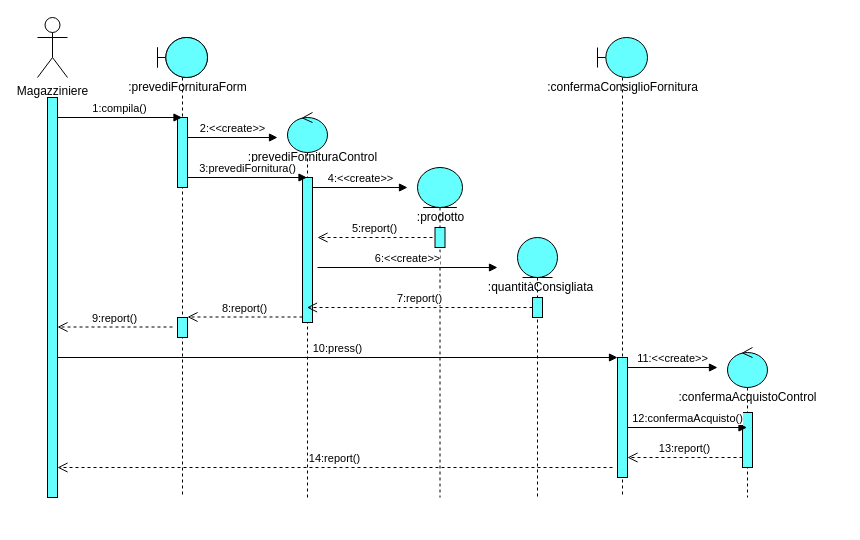
Earlier version of the draw.io diagram Object&SequenceDiagram/SD_4.drawio (Ciro-Fusco/NewDM). Source tidied: cells renumbered, new cells numbered last; positions are measured from the earlier drawing's top-left corner, leaving out a move shared by most shapes. Both pictures are drawn from the tidied source at 100%, with x=0, y=0 at pixel (37, 17).
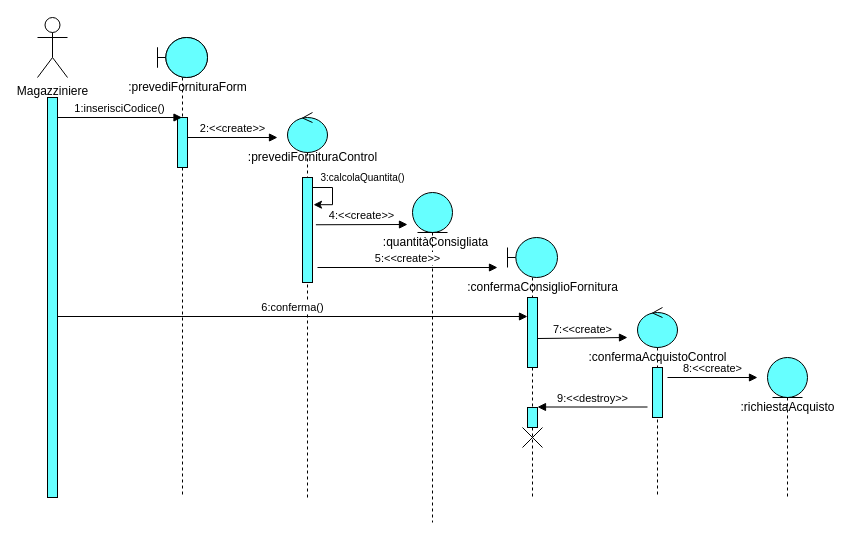
Above is the later version.

The change refers to these unchanged cells:
```xml
<mxCell id="3" style="html=1;points=[];perimeter=orthogonalPerimeter;fillColor=#66FFFF;" parent="1" vertex="1">
  <mxGeometry x="10" y="80" width="10" height="400" as="geometry" />
</mxCell>
<mxCell id="6" style="shape=umlLifeline;participant=umlBoundary;perimeter=lifelinePerimeter;whiteSpace=wrap;html=1;verticalAlign=top;spacingTop=36;outlineConnect=0;fillColor=#66FFFF;" parent="1" vertex="1">
  <mxGeometry x="120" y="20" width="50" height="460" as="geometry" />
</mxCell>
<mxCell id="9" style="shape=umlLifeline;participant=umlControl;perimeter=lifelinePerimeter;whiteSpace=wrap;html=1;verticalAlign=top;spacingTop=36;outlineConnect=0;fillColor=#66FFFF;" parent="1" vertex="1">
  <mxGeometry x="250" y="95" width="40" height="385" as="geometry" />
</mxCell>
```

Change to the diagram source:
```diff
@@
     <mxCell id="7" style="html=1;perimeter=orthogonalPerimeter;fillColor=#66FFFF;" parent="6" vertex="1">
-      <mxGeometry x="20" y="80" width="10" height="70" as="geometry" />
+      <mxGeometry x="20" y="80" width="10" height="50" as="geometry" />
     </mxCell>
-    <mxCell id="8" value="1:compila()" style="html=1;verticalAlign=bottom;endArrow=block;" parent="1" edge="1" target="6">
+    <mxCell id="8" value="1:inserisciCodice()" style="html=1;verticalAlign=bottom;endArrow=block;" parent="1" edge="1" target="6">
       <mxGeometry relative="1" as="geometry">
         <mxPoint x="20" y="100" as="sourcePoint" />
       </mxGeometry>
     </mxCell>
@@
     <mxCell id="10" style="html=1;points=[];perimeter=orthogonalPerimeter;fillColor=#66FFFF;" parent="9" vertex="1">
-      <mxGeometry x="15" y="65" width="10" height="145" as="geometry" />
+      <mxGeometry x="15" y="65" width="10" height="105" as="geometry" />
     </mxCell>
+    <mxCell id="38" style="edgeStyle=orthogonalEdgeStyle;rounded=0;orthogonalLoop=1;jettySize=auto;html=1;entryX=1.1;entryY=0.259;entryDx=0;entryDy=0;entryPerimeter=0;" parent="9" edge="1" source="10" target="10">
+      <mxGeometry relative="1" as="geometry">
+        <Array as="points">
+          <mxPoint x="45" y="75" />
+          <mxPoint x="45" y="92" />
+        </Array>
+      </mxGeometry>
+    </mxCell>
@@
-    <mxCell id="13" style="shape=umlLifeline;participant=umlEntity;perimeter=lifelinePerimeter;whiteSpace=wrap;html=1;verticalAlign=top;spacingTop=36;fillColor=#66FFFF;" parent="1" vertex="1">
-      <mxGeometry x="380" y="150" width="45" height="330" as="geometry" />
-    </mxCell>
-    <mxCell id="14" value=":prodotto" style="text;html=1;align=center;verticalAlign=middle;" parent="13" vertex="1">
-      <mxGeometry x="-7.5" y="40" width="60" height="20" as="geometry" />
-    </mxCell>
-    <mxCell id="15" style="html=1;perimeter=orthogonalPerimeter;fillColor=#66FFFF;" parent="13" vertex="1">
-      <mxGeometry x="17.5" y="60" width="10" height="20" as="geometry" />
-    </mxCell>
-    <mxCell id="16" value="4:&amp;lt;&amp;lt;create&amp;gt;&amp;gt;" style="html=1;verticalAlign=bottom;endArrow=block;" parent="1" edge="1" source="10">
+    <mxCell id="16" value="4:&amp;lt;&amp;lt;create&amp;gt;&amp;gt;" style="html=1;verticalAlign=bottom;endArrow=block;exitX=1.34;exitY=0.45;exitDx=0;exitDy=0;exitPerimeter=0;" parent="1" edge="1" source="10">
       <mxGeometry relative="1" as="geometry">
-        <mxPoint x="370" y="170" as="targetPoint" />
+        <mxPoint x="370" y="207" as="targetPoint" />
       </mxGeometry>
     </mxCell>
-    <mxCell id="17" value="5:report()" style="html=1;verticalAlign=bottom;endArrow=open;dashed=1;endSize=8;" parent="1" edge="1">
-      <mxGeometry relative="1" as="geometry">
-        <mxPoint x="395" y="220" as="sourcePoint" />
-        <mxPoint x="280" y="220" as="targetPoint" />
-      </mxGeometry>
-    </mxCell>
     <mxCell id="18" style="shape=umlLifeline;participant=umlEntity;perimeter=lifelinePerimeter;whiteSpace=wrap;html=1;verticalAlign=top;spacingTop=36;fillColor=#66FFFF;" parent="1" vertex="1">
-      <mxGeometry x="480" y="220" width="40" height="260" as="geometry" />
+      <mxGeometry x="375" y="175" width="40" height="330" as="geometry" />
     </mxCell>
@@
-    <mxCell id="20" style="html=1;perimeter=orthogonalPerimeter;fillColor=#66FFFF;" parent="18" vertex="1">
-      <mxGeometry x="15" y="60" width="10" height="20" as="geometry" />
-    </mxCell>
-    <mxCell id="21" value="14:report()" style="html=1;verticalAlign=bottom;endArrow=open;dashed=1;endSize=8;" parent="18" edge="1" target="3">
-      <mxGeometry relative="1" as="geometry">
-        <mxPoint x="95" y="230" as="sourcePoint" />
-      </mxGeometry>
-    </mxCell>
-    <mxCell id="22" value="6:&amp;lt;&amp;lt;create&amp;gt;&amp;gt;" style="html=1;verticalAlign=bottom;endArrow=block;" parent="1" edge="1">
+    <mxCell id="22" value="5:&amp;lt;&amp;lt;create&amp;gt;&amp;gt;" style="html=1;verticalAlign=bottom;endArrow=block;" parent="1" edge="1">
       <mxGeometry relative="1" as="geometry">
         <mxPoint x="280" y="250" as="sourcePoint" />
         <mxPoint x="460" y="250" as="targetPoint" />
       </mxGeometry>
     </mxCell>
-    <mxCell id="23" value="7:report()" style="html=1;verticalAlign=bottom;endArrow=open;dashed=1;endSize=8;" parent="1" edge="1" target="9">
-      <mxGeometry relative="1" as="geometry">
-        <mxPoint x="495" y="290" as="sourcePoint" />
-      </mxGeometry>
-    </mxCell>
-    <mxCell id="24" value="8:report()" style="html=1;verticalAlign=bottom;endArrow=open;dashed=1;endSize=8;" parent="1" edge="1">
-      <mxGeometry relative="1" as="geometry">
-        <mxPoint x="265" y="299.5" as="sourcePoint" />
-        <mxPoint x="150" y="299.5" as="targetPoint" />
-      </mxGeometry>
-    </mxCell>
-    <mxCell id="25" style="html=1;perimeter=orthogonalPerimeter;fillColor=#66FFFF;" parent="1" vertex="1">
-      <mxGeometry x="140" y="300" width="10" height="20" as="geometry" />
-    </mxCell>
-    <mxCell id="26" value="9:report()" style="html=1;verticalAlign=bottom;endArrow=open;dashed=1;endSize=8;" parent="1" edge="1">
-      <mxGeometry relative="1" as="geometry">
-        <mxPoint x="135" y="309.5" as="sourcePoint" />
-        <mxPoint x="20" y="309.5" as="targetPoint" />
-      </mxGeometry>
-    </mxCell>
     <mxCell id="27" style="shape=umlLifeline;participant=umlBoundary;perimeter=lifelinePerimeter;whiteSpace=wrap;html=1;verticalAlign=top;spacingTop=36;fillColor=#66FFFF;" parent="1" vertex="1">
-      <mxGeometry x="560" y="20" width="50" height="460" as="geometry" />
+      <mxGeometry x="470" y="220" width="50" height="260" as="geometry" />
     </mxCell>
     <mxCell id="28" style="html=1;points=[];perimeter=orthogonalPerimeter;fillColor=#66FFFF;" parent="27" vertex="1">
-      <mxGeometry x="20" y="320" width="10" height="120" as="geometry" />
+      <mxGeometry x="20" y="60" width="10" height="70" as="geometry" />
     </mxCell>
+    <mxCell id="39" style="html=1;perimeter=orthogonalPerimeter;fillColor=#66FFFF;" parent="27" vertex="1">
+      <mxGeometry x="20" y="170" width="10" height="20" as="geometry" />
+    </mxCell>
+    <mxCell id="40" style="shape=umlDestroy;fillColor=#66FFFF;" parent="27" vertex="1">
+      <mxGeometry x="15" y="190" width="20" height="20" as="geometry" />
+    </mxCell>
     <mxCell id="29" value=":confermaConsiglioFornitura" style="text;html=1;align=center;verticalAlign=middle;" parent="1" vertex="1">
-      <mxGeometry x="500" y="60" width="170" height="20" as="geometry" />
+      <mxGeometry x="420" y="260" width="170" height="20" as="geometry" />
     </mxCell>
-    <mxCell id="30" value="3:prevediFornitura()" style="html=1;verticalAlign=bottom;endArrow=block;" parent="1" edge="1" target="9">
-      <mxGeometry relative="1" as="geometry">
-        <mxPoint x="150" y="160" as="sourcePoint" />
-      </mxGeometry>
-    </mxCell>
-    <mxCell id="31" value="10:press()" style="html=1;verticalAlign=bottom;endArrow=block;" parent="1" edge="1" target="28">
+    <mxCell id="31" value="6:conferma()" style="html=1;verticalAlign=bottom;endArrow=block;" parent="1" edge="1">
       <mxGeometry relative="1" as="geometry">
-        <mxPoint x="20" y="340" as="sourcePoint" />
+        <mxPoint x="20" y="299" as="sourcePoint" />
+        <mxPoint x="490" y="299" as="targetPoint" />
       </mxGeometry>
     </mxCell>
-    <mxCell id="32" value="11:&amp;lt;&amp;lt;create&amp;gt;&amp;gt;" style="html=1;verticalAlign=bottom;endArrow=block;" parent="1" edge="1">
+    <mxCell id="32" value="7:&amp;lt;&amp;lt;create&amp;gt;" style="html=1;verticalAlign=bottom;endArrow=block;" parent="1" edge="1">
       <mxGeometry relative="1" as="geometry">
-        <mxPoint x="590" y="350" as="sourcePoint" />
-        <mxPoint x="680" y="350" as="targetPoint" />
+        <mxPoint x="500" y="321" as="sourcePoint" />
+        <mxPoint x="590" y="320" as="targetPoint" />
       </mxGeometry>
     </mxCell>
     <mxCell id="33" style="shape=umlLifeline;participant=umlControl;perimeter=lifelinePerimeter;whiteSpace=wrap;html=1;verticalAlign=top;spacingTop=36;outlineConnect=0;fillColor=#66FFFF;" parent="1" vertex="1">
-      <mxGeometry x="690" y="330" width="40" height="150" as="geometry" />
+      <mxGeometry x="600" y="290" width="40" height="190" as="geometry" />
     </mxCell>
     <mxCell id="34" style="html=1;perimeter=orthogonalPerimeter;fillColor=#66FFFF;" parent="33" vertex="1">
-      <mxGeometry x="15" y="65" width="10" height="55" as="geometry" />
+      <mxGeometry x="15" y="60" width="10" height="50" as="geometry" />
     </mxCell>
     <mxCell id="35" value=":confermaAcquistoControl" style="text;html=1;align=center;verticalAlign=middle;" parent="1" vertex="1">
-      <mxGeometry x="635" y="370" width="150" height="20" as="geometry" />
+      <mxGeometry x="545" y="330" width="150" height="20" as="geometry" />
     </mxCell>
-    <mxCell id="36" value="13:report()" style="html=1;verticalAlign=bottom;endArrow=open;dashed=1;endSize=8;" parent="1" edge="1">
-      <mxGeometry relative="1" as="geometry">
-        <mxPoint x="705" y="440" as="sourcePoint" />
-        <mxPoint x="590" y="440" as="targetPoint" />
-      </mxGeometry>
-    </mxCell>
-    <mxCell id="37" value="12:confermaAcquisto()" style="html=1;verticalAlign=bottom;endArrow=block;" parent="1" edge="1" target="33">
-      <mxGeometry relative="1" as="geometry">
-        <mxPoint x="590" y="410" as="sourcePoint" />
-      </mxGeometry>
-    </mxCell>
+    <mxCell id="41" style="shape=umlLifeline;participant=umlEntity;perimeter=lifelinePerimeter;whiteSpace=wrap;html=1;verticalAlign=top;spacingTop=36;fillColor=#66FFFF;" parent="1" vertex="1">
+      <mxGeometry x="730" y="340" width="40" height="140" as="geometry" />
+    </mxCell>
+    <mxCell id="42" value="8:&amp;lt;&amp;lt;create&amp;gt;" style="html=1;verticalAlign=bottom;endArrow=block;" parent="1" edge="1">
+      <mxGeometry relative="1" as="geometry">
+        <mxPoint x="630" y="360" as="sourcePoint" />
+        <mxPoint x="720" y="360" as="targetPoint" />
+      </mxGeometry>
+    </mxCell>
+    <mxCell id="43" value=":richiestaAcquisto" style="text;html=1;align=center;verticalAlign=middle;" parent="1" vertex="1">
+      <mxGeometry x="695" y="380" width="110" height="20" as="geometry" />
+    </mxCell>
+    <mxCell id="44" value="9:&amp;lt;&amp;lt;destroy&amp;gt;&amp;gt;" style="html=1;verticalAlign=bottom;endArrow=block;" parent="1" edge="1">
+      <mxGeometry relative="1" as="geometry">
+        <mxPoint x="610" y="389.5" as="sourcePoint" />
+        <mxPoint x="500" y="389.5" as="targetPoint" />
+      </mxGeometry>
+    </mxCell>
+    <mxCell id="45" value="&lt;font size=&quot;1&quot;&gt;3:calcolaQuantita()&lt;/font&gt;" style="text;html=1;align=center;verticalAlign=middle;" parent="1" vertex="1">
+      <mxGeometry x="275" y="150" width="100" height="20" as="geometry" />
+    </mxCell>
```
